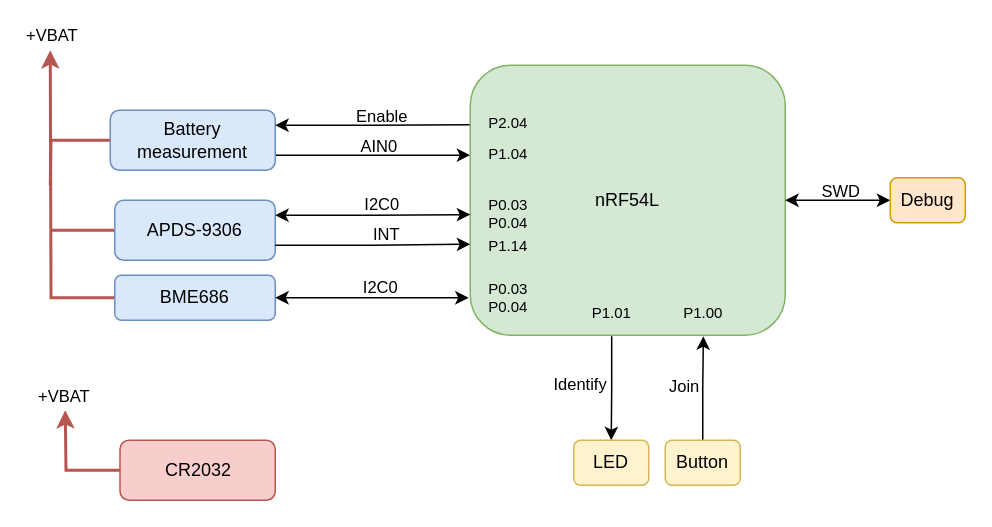
Earlier version of the draw.io diagram docs/BeeLight.drawio (Kampi/BeeLight). Source tidied: cells renumbered, new cells numbered last; positions are measured from the earlier drawing's top-left corner, leaving out a move shared by most shapes. Both pictures are drawn from the tidied source at 150%, with x=0, y=0 at pixel (50, 50).
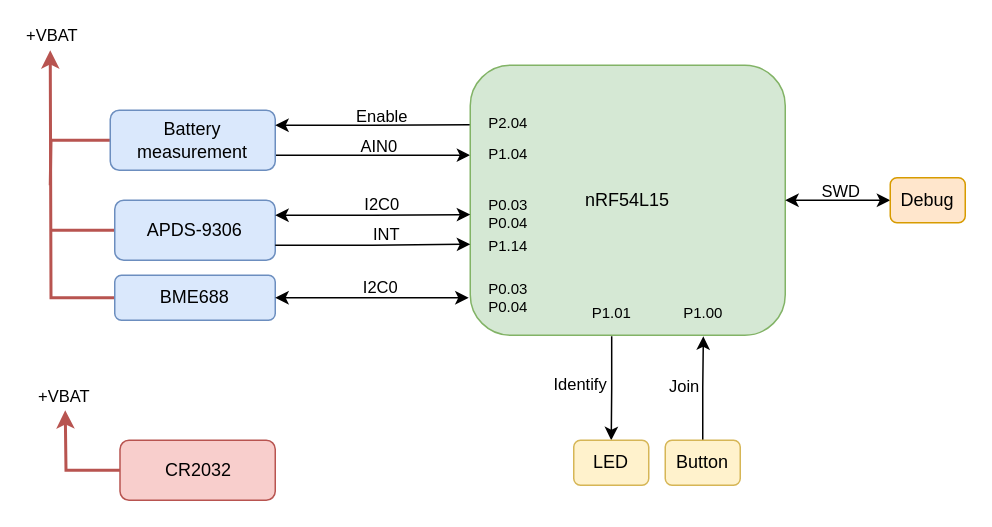
The same page after the edit.

Change to the diagram source:
```diff
@@
-    <mxCell id="10" value="BME686" style="rounded=1;whiteSpace=wrap;html=1;fillColor=#dae8fc;strokeColor=#6c8ebf;" parent="1" vertex="1">
+    <mxCell id="10" value="BME688" style="rounded=1;whiteSpace=wrap;html=1;fillColor=#dae8fc;strokeColor=#6c8ebf;" parent="1" vertex="1">
       <mxGeometry x="43" y="150" width="107" height="30" as="geometry" />
     </mxCell>
@@
-    <mxCell id="13" value="nRF54L" style="rounded=1;whiteSpace=wrap;html=1;fillColor=#d5e8d4;strokeColor=#82b366;" parent="1" vertex="1">
+    <mxCell id="13" value="nRF54L15" style="rounded=1;whiteSpace=wrap;html=1;fillColor=#d5e8d4;strokeColor=#82b366;" parent="1" vertex="1">
       <mxGeometry x="280" y="10" width="210" height="180" as="geometry" />
     </mxCell>
```
